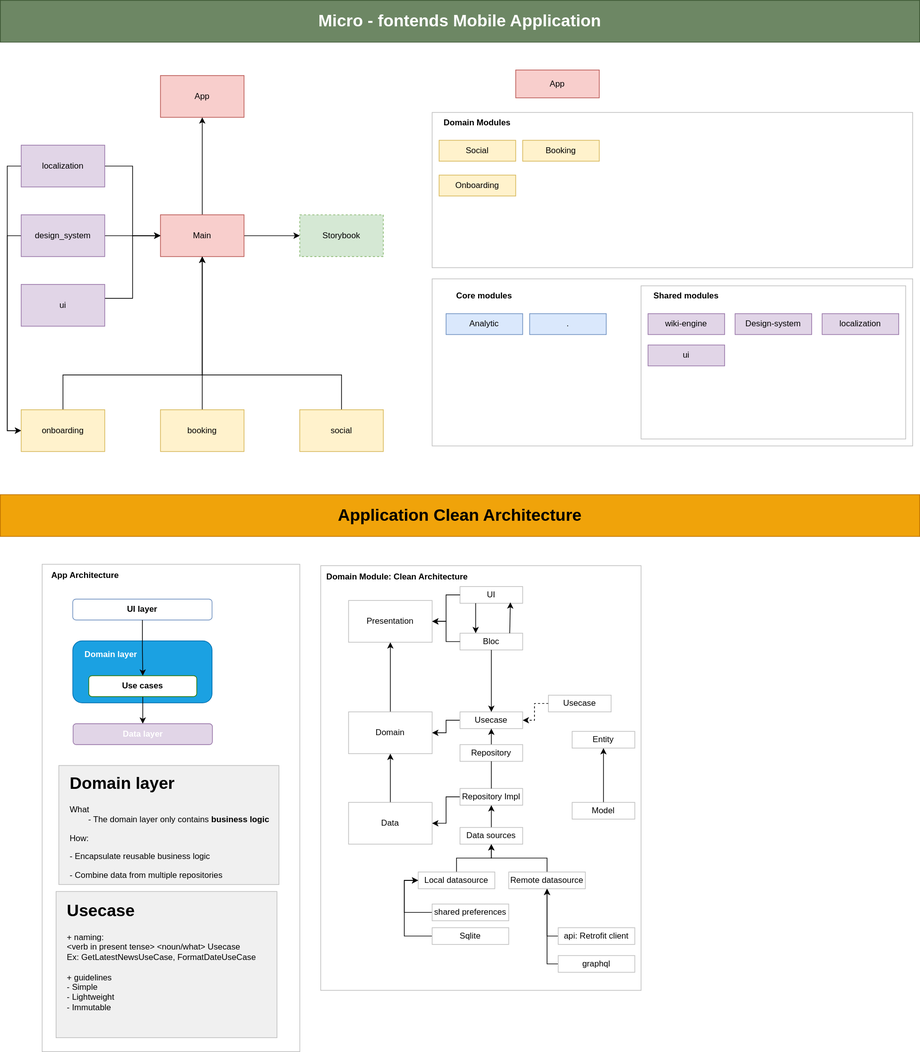
Before: docs/Architecture.svg, a diagram exported from draw.io (fighttech-vn/micro-frontends-flutter). Source tidied: cells renumbered, new cells last; positions are measured from the earlier drawing's top-left corner, leaving out a move shared by most shapes.
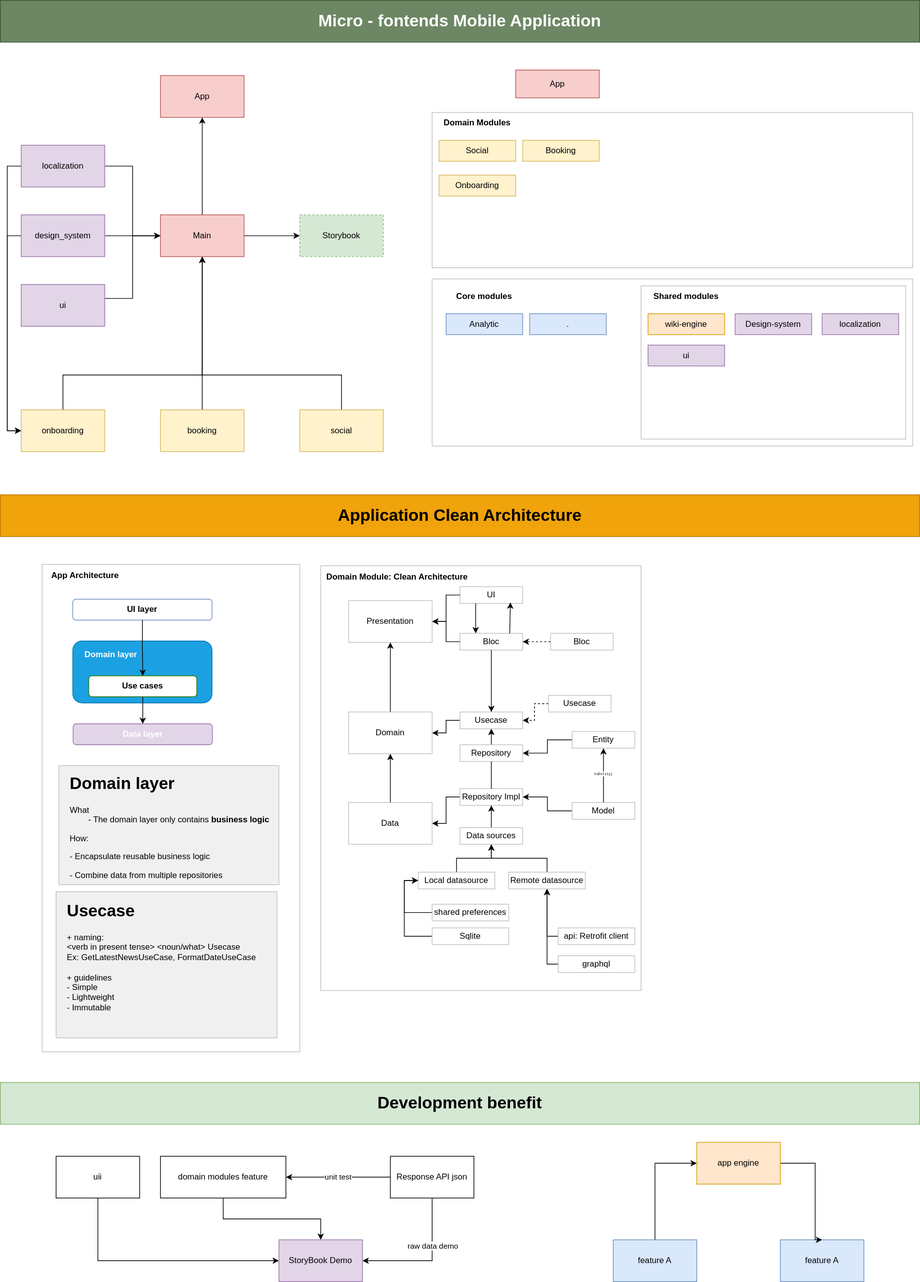
The same diagram one commit later.

What changed in the source:
```diff
@@ -141,7 +141,7 @@
     <mxCell id="39" value="&lt;font style=&quot;font-size: 12px&quot;&gt;Shared modules&lt;/font&gt;" style="text;html=1;strokeColor=none;fillColor=none;align=center;verticalAlign=middle;whiteSpace=wrap;rounded=0;fontSize=6;fontStyle=1;" parent="1" vertex="1">
       <mxGeometry x="920" y="410" width="130" height="30" as="geometry" />
     </mxCell>
-    <mxCell id="40" value="&lt;font style=&quot;font-size: 12px&quot;&gt;wiki-engine&lt;br&gt;&lt;/font&gt;" style="whiteSpace=wrap;html=1;fontSize=6;strokeColor=#9673a6;fillColor=#e1d5e7;" parent="1" vertex="1">
+    <mxCell id="40" value="&lt;font style=&quot;font-size: 12px&quot;&gt;wiki-engine&lt;br&gt;&lt;/font&gt;" style="whiteSpace=wrap;html=1;fontSize=6;strokeColor=#d79b00;fillColor=#ffe6cc;" parent="1" vertex="1">
       <mxGeometry x="930" y="450" width="110" height="30" as="geometry" />
     </mxCell>
     <mxCell id="41" value="&lt;font style=&quot;font-size: 12px&quot;&gt;Design-system&lt;br&gt;&lt;/font&gt;" style="whiteSpace=wrap;html=1;fontSize=6;strokeColor=#9673a6;fillColor=#e1d5e7;" parent="1" vertex="1">
@@ -180,6 +180,9 @@
     <mxCell id="52" style="edgeStyle=orthogonalEdgeStyle;rounded=0;jettySize=auto;html=1;entryX=0.5;entryY=0;entryDx=0;entryDy=0;fontSize=12;exitX=0.5;exitY=1;exitDx=0;exitDy=0;" parent="1" edge="1" source="45" target="51">
       <mxGeometry relative="1" as="geometry" />
     </mxCell>
+    <mxCell id="95" style="edgeStyle=orthogonalEdgeStyle;rounded=0;jettySize=auto;html=1;entryX=1;entryY=0.5;entryDx=0;entryDy=0;fontSize=5;fontColor=#000000;" parent="1" edge="1" source="53" target="93">
+      <mxGeometry relative="1" as="geometry" />
+    </mxCell>
     <mxCell id="53" value="Entity" style="rounded=0;whiteSpace=wrap;html=1;fontSize=12;strokeColor=#BFBFBF;fillColor=none;" parent="1" vertex="1">
       <mxGeometry x="821" y="1050" width="90" height="24" as="geometry" />
     </mxCell>
@@ -306,6 +309,17 @@
         </Array>
       </mxGeometry>
     </mxCell>
+    <mxCell id="96" value="&lt;div style=&quot;font-family: &amp;#34;consolas&amp;#34; , &amp;#34;courier new&amp;#34; , monospace ; font-size: 5px ; line-height: 19px&quot;&gt;&lt;br&gt;&lt;/div&gt;" style="edgeLabel;html=1;align=center;verticalAlign=middle;fontColor=#000000;fontSize=5;labelBackgroundColor=#FFFFFF;" parent="88" vertex="1">
+      <mxGeometry x="-0.11" y="-1" relative="1" as="geometry">
+        <mxPoint x="33" y="-1" as="offset" />
+      </mxGeometry>
+    </mxCell>
+    <mxCell id="97" value="&lt;span style=&quot;font-family: &amp;#34;consolas&amp;#34; , &amp;#34;courier new&amp;#34; , monospace&quot;&gt;toEntity(&lt;/span&gt;" style="edgeLabel;html=1;align=center;verticalAlign=middle;fontSize=5;fontColor=#000000;" parent="88" vertex="1">
+      <mxGeometry x="0.07" y="1" relative="1" as="geometry" />
+    </mxCell>
+    <mxCell id="98" style="edgeStyle=orthogonalEdgeStyle;rounded=0;jettySize=auto;html=1;entryX=1;entryY=0.5;entryDx=0;entryDy=0;fontSize=5;fontColor=#000000;" parent="1" edge="1" source="89" target="57">
+      <mxGeometry relative="1" as="geometry" />
+    </mxCell>
     <mxCell id="89" value="Model" style="rounded=0;whiteSpace=wrap;html=1;fontSize=12;strokeColor=#BFBFBF;fillColor=none;" parent="1" vertex="1">
       <mxGeometry x="821" y="1152" width="90" height="24" as="geometry" />
     </mxCell>
@@ -324,5 +338,68 @@
     <mxCell id="94" style="edgeStyle=orthogonalEdgeStyle;rounded=0;jettySize=auto;html=1;fontSize=12;endArrow=none;" parent="1" edge="1" source="57" target="93">
       <mxGeometry relative="1" as="geometry" />
     </mxCell>
+    <mxCell id="99" value="Bloc" style="rounded=0;whiteSpace=wrap;html=1;fontSize=12;strokeColor=#BFBFBF;fillColor=none;" parent="1" vertex="1">
+      <mxGeometry x="790" y="909" width="90" height="24" as="geometry" />
+    </mxCell>
+    <mxCell id="100" style="edgeStyle=orthogonalEdgeStyle;rounded=0;jettySize=auto;html=1;entryX=1;entryY=0.5;entryDx=0;entryDy=0;fontSize=12;dashed=1;exitX=0;exitY=0.5;exitDx=0;exitDy=0;" parent="1" edge="1" source="99" target="45">
+      <mxGeometry relative="1" as="geometry" />
+    </mxCell>
+    <mxCell id="101" value="&lt;h1 class=&quot;ace-copy-paste-skip-this-tag&quot;&gt;&lt;span class=&quot; author-d-iz88z86z86za0dz67zz78zz78zz74zz68zjz80zz71z9iz90za3rz73zz72zz88zz84z582z76zru7z72zz81zz75zfre00hz86zxyz74zz122zz89zz68z8&quot;&gt;Development benefit&lt;/span&gt;&lt;/h1&gt;" style="rounded=0;whiteSpace=wrap;html=1;fillColor=#d5e8d4;strokeColor=#82b366;" parent="1" vertex="1">
+      <mxGeometry y="1554" width="1320" height="60" as="geometry" />
+    </mxCell>
+    <mxCell id="102" style="edgeStyle=orthogonalEdgeStyle;rounded=0;jettySize=auto;html=1;entryX=0;entryY=0.5;entryDx=0;entryDy=0;" parent="1" edge="1" source="103" target="106">
+      <mxGeometry relative="1" as="geometry">
+        <Array as="points">
+          <mxPoint x="140" y="1810" />
+        </Array>
+      </mxGeometry>
+    </mxCell>
+    <mxCell id="103" value="uii" style="rounded=0;whiteSpace=wrap;html=1;" parent="1" vertex="1">
+      <mxGeometry x="80" y="1660" width="120" height="60" as="geometry" />
+    </mxCell>
+    <mxCell id="104" style="edgeStyle=orthogonalEdgeStyle;rounded=0;jettySize=auto;html=1;exitX=0.5;exitY=1;exitDx=0;exitDy=0;" parent="1" edge="1" source="105" target="106">
+      <mxGeometry relative="1" as="geometry" />
+    </mxCell>
+    <mxCell id="105" value="domain modules feature" style="rounded=0;whiteSpace=wrap;html=1;" parent="1" vertex="1">
+      <mxGeometry x="229.9" y="1660" width="180.1" height="60" as="geometry" />
+    </mxCell>
+    <mxCell id="106" value="StoryBook Demo" style="rounded=0;whiteSpace=wrap;html=1;fillColor=#e1d5e7;strokeColor=#9673a6;" parent="1" vertex="1">
+      <mxGeometry x="400" y="1780" width="120" height="60" as="geometry" />
+    </mxCell>
+    <mxCell id="107" value="unit test" style="edgeStyle=orthogonalEdgeStyle;rounded=0;jettySize=auto;html=1;entryX=1;entryY=0.5;entryDx=0;entryDy=0;" parent="1" edge="1" source="110" target="105">
+      <mxGeometry relative="1" as="geometry" />
+    </mxCell>
+    <mxCell id="108" style="edgeStyle=orthogonalEdgeStyle;rounded=0;jettySize=auto;html=1;entryX=1;entryY=0.5;entryDx=0;entryDy=0;" parent="1" edge="1" source="110" target="106">
+      <mxGeometry relative="1" as="geometry">
+        <Array as="points">
+          <mxPoint x="620" y="1810" />
+        </Array>
+      </mxGeometry>
+    </mxCell>
+    <mxCell id="109" value="raw data demo" style="edgeLabel;html=1;align=center;verticalAlign=middle;" parent="108" vertex="1">
+      <mxGeometry x="-0.28" relative="1" as="geometry" />
+    </mxCell>
+    <mxCell id="110" value="Response API json" style="rounded=0;whiteSpace=wrap;html=1;" parent="1" vertex="1">
+      <mxGeometry x="560" y="1660" width="120" height="60" as="geometry" />
+    </mxCell>
+    <mxCell id="111" style="edgeStyle=orthogonalEdgeStyle;rounded=0;jettySize=auto;html=1;entryX=0;entryY=0.5;entryDx=0;entryDy=0;" parent="1" edge="1" source="112" target="115">
+      <mxGeometry relative="1" as="geometry" />
+    </mxCell>
+    <mxCell id="112" value="feature A" style="rounded=0;whiteSpace=wrap;html=1;fillColor=#dae8fc;strokeColor=#6c8ebf;" parent="1" vertex="1">
+      <mxGeometry x="880" y="1780" width="120" height="60" as="geometry" />
+    </mxCell>
+    <mxCell id="113" value="feature A" style="rounded=0;whiteSpace=wrap;html=1;fillColor=#dae8fc;strokeColor=#6c8ebf;" parent="1" vertex="1">
+      <mxGeometry x="1120" y="1780" width="120" height="60" as="geometry" />
+    </mxCell>
+    <mxCell id="114" style="edgeStyle=orthogonalEdgeStyle;rounded=0;jettySize=auto;html=1;entryX=0.5;entryY=0;entryDx=0;entryDy=0;" parent="1" edge="1" source="115" target="113">
+      <mxGeometry relative="1" as="geometry">
+        <Array as="points">
+          <mxPoint x="1170" y="1670" />
+        </Array>
+      </mxGeometry>
+    </mxCell>
+    <mxCell id="115" value="app engine" style="rounded=0;whiteSpace=wrap;html=1;fillColor=#ffe6cc;strokeColor=#d79b00;" parent="1" vertex="1">
+      <mxGeometry x="1000" y="1640" width="120" height="60" as="geometry" />
+    </mxCell>
   </root>
 </mxGraphModel>
```
